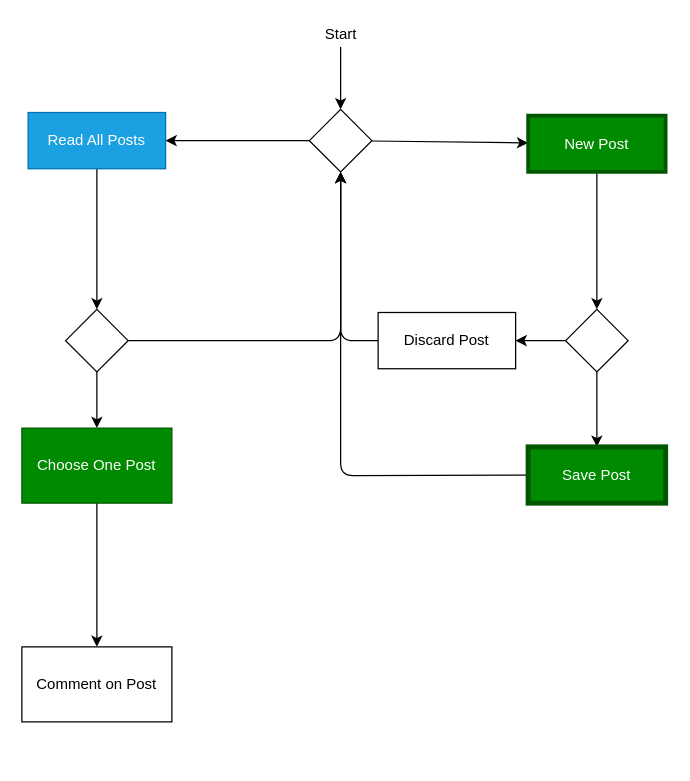
Earlier version of the draw.io diagram Webblog/UseCase.drawio (Brights-DevOps-2022-Script/Team-Unbesiegbar). Source tidied: cells renumbered, new cells numbered last; positions are measured from the earlier drawing's top-left corner, leaving out a move shared by most shapes. Both pictures are drawn from the tidied source at 125%, with x=0, y=0 at pixel (21, 21).
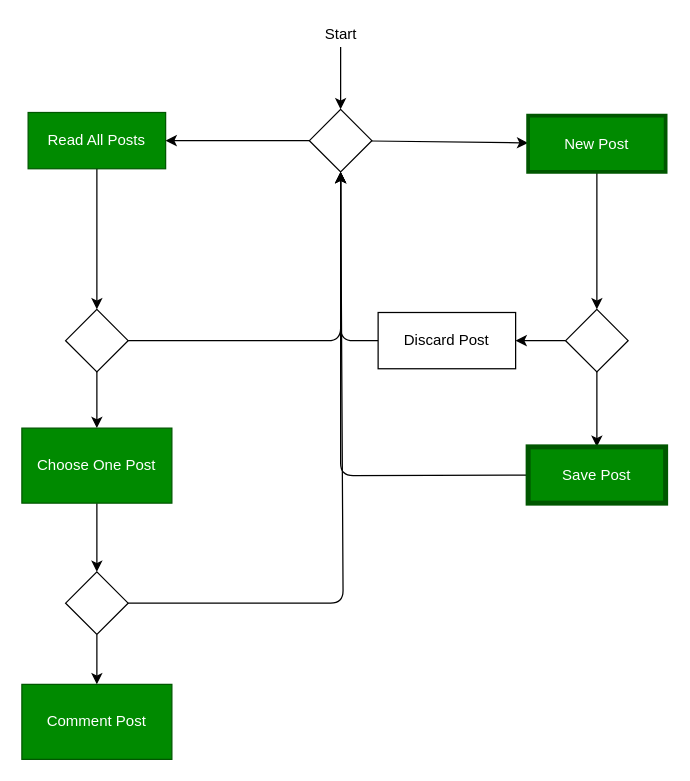
Above is the later version.

The change refers to these unchanged cells:
```xml
<mxCell id="22" value="Choose One Post" style="rounded=0;whiteSpace=wrap;html=1;fillColor=#008a00;fontColor=#ffffff;strokeColor=#005700;" parent="1" vertex="1">
  <mxGeometry y="325" width="120" height="60" as="geometry" />
</mxCell>
```

Diff of the diagram source:
```diff
@@
-    <mxCell id="10" value="Read All Posts" style="rounded=0;whiteSpace=wrap;html=1;fillColor=#1ba1e2;fontColor=#ffffff;strokeColor=#006EAF;" parent="1" vertex="1">
+    <mxCell id="10" value="Read All Posts" style="rounded=0;whiteSpace=wrap;html=1;fillColor=#008a00;fontColor=#ffffff;strokeColor=#005700;" parent="1" vertex="1">
       <mxGeometry x="5" y="72.5" width="110" height="45" as="geometry" />
     </mxCell>
@@
-    <mxCell id="21" style="edgeStyle=none;html=1;entryX=0.5;entryY=0;entryDx=0;entryDy=0;" parent="1" edge="1" source="22" target="23">
-      <mxGeometry relative="1" as="geometry" />
-    </mxCell>
+    <mxCell id="24" style="edgeStyle=none;html=1;entryX=0.5;entryY=0;entryDx=0;entryDy=0;" parent="1" edge="1" source="22" target="21">
+      <mxGeometry relative="1" as="geometry" />
+    </mxCell>
@@
-    <mxCell id="23" value="Comment on Post" style="rounded=0;whiteSpace=wrap;html=1;" parent="1" vertex="1">
-      <mxGeometry y="500" width="120" height="60" as="geometry" />
+    <mxCell id="23" value="Comment Post" style="rounded=0;whiteSpace=wrap;html=1;fillColor=#008a00;fontColor=#ffffff;strokeColor=#005700;" parent="1" vertex="1">
+      <mxGeometry y="530" width="120" height="60" as="geometry" />
     </mxCell>
+    <mxCell id="25" style="edgeStyle=none;html=1;exitX=0.5;exitY=1;exitDx=0;exitDy=0;entryX=0.5;entryY=0;entryDx=0;entryDy=0;" parent="1" edge="1" source="21" target="23">
+      <mxGeometry relative="1" as="geometry" />
+    </mxCell>
+    <mxCell id="26" style="edgeStyle=none;html=1;" parent="1" edge="1" source="21">
+      <mxGeometry relative="1" as="geometry">
+        <mxPoint x="255" y="120" as="targetPoint" />
+        <Array as="points">
+          <mxPoint x="257" y="465" />
+        </Array>
+      </mxGeometry>
+    </mxCell>
+    <mxCell id="21" style="rhombus;whiteSpace=wrap;html=1;" parent="1" vertex="1">
+      <mxGeometry x="35" y="440" width="50" height="50" as="geometry" />
+    </mxCell>
```
